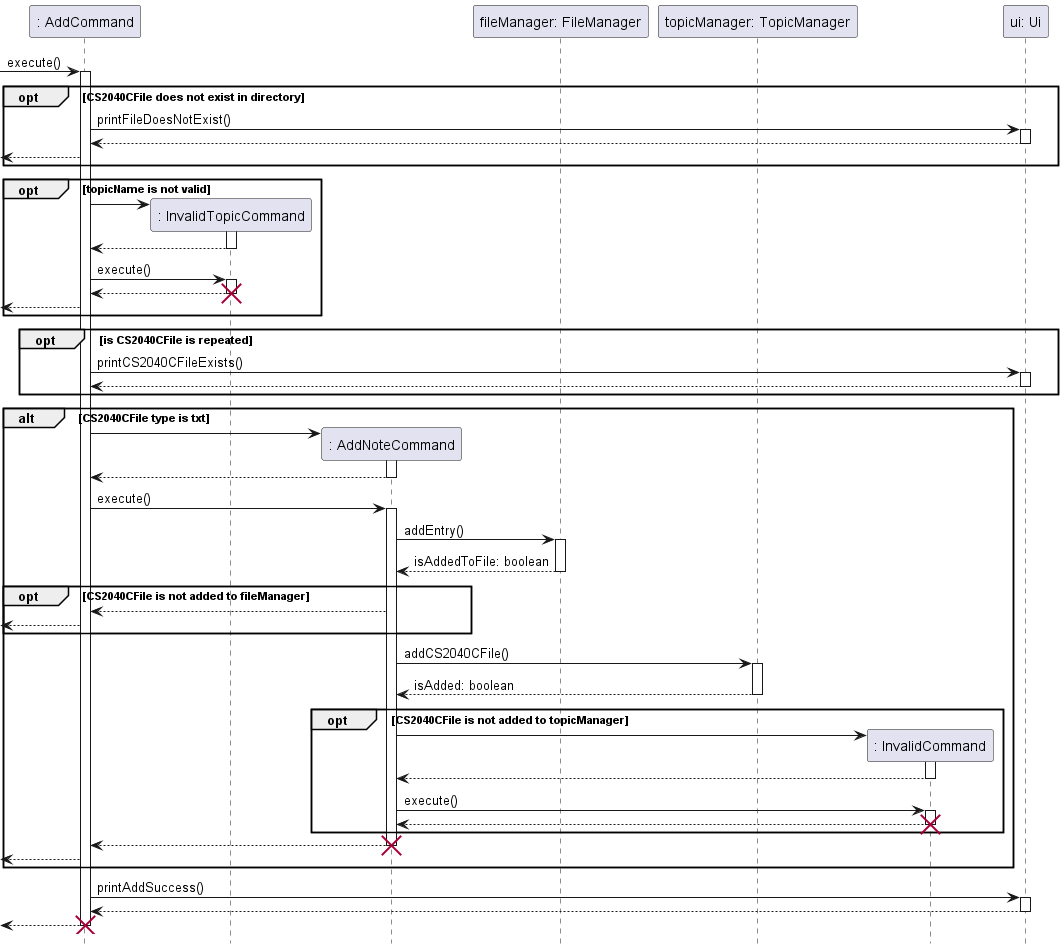
This is docs/sequence-diagrams/diagrams/AddFeature.png from ong-ck/tp, a PlantUML export, as it was before one commit.
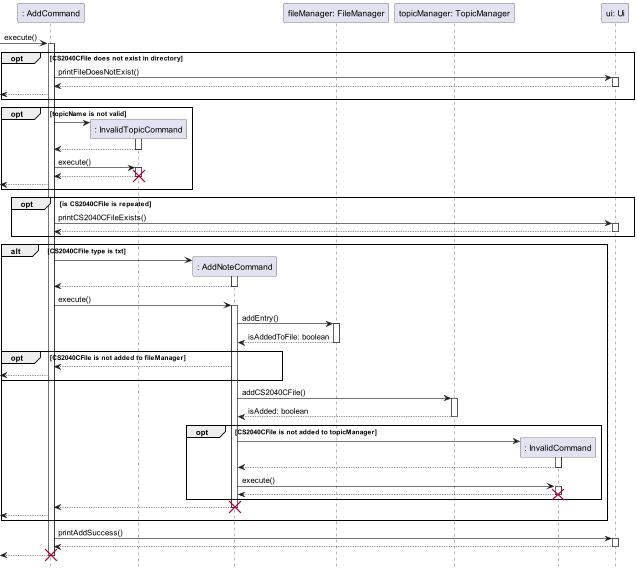
After the commit.

Diff of the diagram source:
```diff
@@ -1,79 +1,79 @@
 @startuml
 hide footbox
 
-participant ": AddCommand" as a
-participant ": InvalidTopicCommand" as it
-participant ": AddNoteCommand" as an
-participant "fileManager: FileManager" as fm
-participant "topicManager: TopicManager" as tm
-participant ": InvalidCommand" as ic
-participant "ui: Ui" as ui
+participant ": AddCommand" as AddCommand
+participant ": InvalidTopicCommand" as InvalidTopicCommand
+participant ": AddNoteCommand" as AddNoteCommand
+participant "fileManager: FileManager" as FileManager
+participant "topicManager: TopicManager" as TopicManager
+participant ": InvalidCommand" as InvalidCommand
+participant "ui: Ui" as Ui
 
--> a : execute()
-activate a
+-> AddCommand : execute()
+activate AddCommand
     opt CS2040CFile does not exist in directory
-        a -> ui : printFileDoesNotExist()
-        activate ui
+        AddCommand -> Ui : printFileDoesNotExist()
+        activate Ui
         return
-        <-- a
+        <-- AddCommand
     end
 
     opt topicName is not valid
-        a -> it **
-        activate it
+        AddCommand -> InvalidTopicCommand **
+        activate InvalidTopicCommand
         return
 
-        a -> it: execute()
-        activate it
+        AddCommand -> InvalidTopicCommand: execute()
+        activate InvalidTopicCommand
         return
-        destroy it
-        <-- a
+        destroy InvalidTopicCommand
+        <-- AddCommand
     end
 
     opt is CS2040CFile is repeated
-        a -> ui : printCS2040CFileExists()
-        activate ui
+        AddCommand -> Ui : printCS2040CFileExists()
+        activate Ui
         return
     end
 
     alt CS2040CFile type is txt
-        a -> an **
-        activate an
+        AddCommand -> AddNoteCommand **
+        activate AddNoteCommand
         return
 
-        a -> an : execute()
-        activate an
-            an -> fm : addEntry()
-            activate fm
+        AddCommand -> AddNoteCommand : execute()
+        activate AddNoteCommand
+            AddNoteCommand -> FileManager : addEntry()
+            activate FileManager
             return isAddedToFile: boolean
 
             opt CS2040CFile is not added to fileManager
-                an --> a
-                <-- a
+                AddNoteCommand --> AddCommand
+                <-- AddCommand
             end
 
-            an -> tm : addCS2040CFile()
-            activate tm
+            AddNoteCommand -> TopicManager : addCS2040CFile()
+            activate TopicManager
             return isAdded: boolean
 
             opt CS2040CFile is not added to topicManager
-                an -> ic **
-                activate ic
+                AddNoteCommand -> InvalidCommand **
+                activate InvalidCommand
                 return
 
-                an -> ic : execute()
-                activate ic
+                AddNoteCommand -> InvalidCommand : execute()
+                activate InvalidCommand
                 return
-                destroy ic
+                destroy InvalidCommand
             end
             return
-            destroy an
-            <-- a
+            destroy AddNoteCommand
+            <-- AddCommand
     end
-    a -> ui : printAddSuccess()
-    activate ui
+    AddCommand -> Ui : printAddSuccess()
+    activate Ui
     return
 return
-destroy a
+destroy AddCommand
 
 @enduml
```
